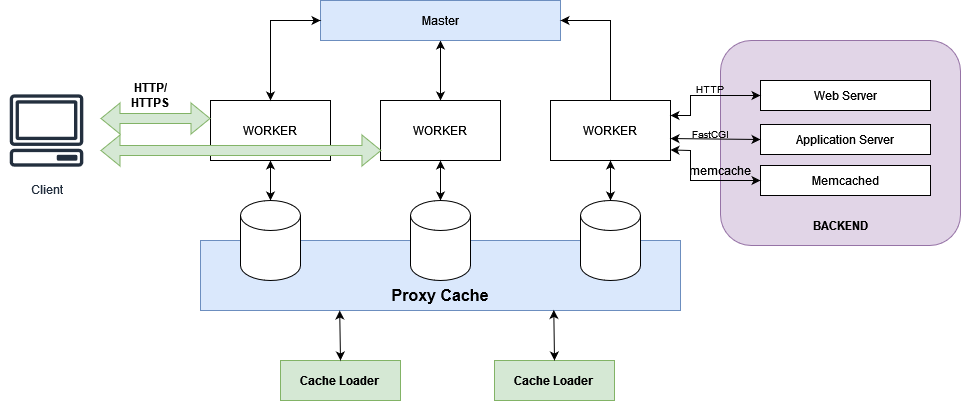
Above: Tugas_6/Architecture/img/2.png in hafisrabbani/WAJ-SysAdmin (draw.io), before the change. Source tidied: cells renumbered, new cells last; positions are measured from the earlier drawing's top-left corner, leaving out a move shared by most shapes. The source it was exported from:
```xml
<mxGraphModel>
  <root>
    <mxCell id="0" />
    <mxCell id="1" parent="0" />
    <mxCell id="2" style="rounded=1;whiteSpace=wrap;html=1;fillColor=#e1d5e7;strokeColor=#9673a6;" parent="1" vertex="1">
      <mxGeometry x="720" y="40" width="240" height="205" as="geometry" />
    </mxCell>
    <mxCell id="3" style="rounded=0;whiteSpace=wrap;html=1;fillColor=#dae8fc;strokeColor=#6c8ebf;" parent="1" vertex="1">
      <mxGeometry x="200" y="240" width="480" height="70" as="geometry" />
    </mxCell>
    <mxCell id="4" style="edgeStyle=orthogonalEdgeStyle;rounded=0;jettySize=auto;html=1;startArrow=classic;startFill=1;" parent="1" edge="1" source="5" target="8">
      <mxGeometry relative="1" as="geometry" />
    </mxCell>
    <mxCell id="5" value="Master" style="rounded=0;whiteSpace=wrap;html=1;fillColor=#dae8fc;strokeColor=#6c8ebf;" parent="1" vertex="1">
      <mxGeometry x="320" width="240" height="40" as="geometry" />
    </mxCell>
    <mxCell id="6" style="edgeStyle=orthogonalEdgeStyle;rounded=0;jettySize=auto;html=1;startArrow=classic;startFill=1;" parent="1" edge="1" source="7" target="9">
      <mxGeometry relative="1" as="geometry" />
    </mxCell>
    <mxCell id="7" style="shape=cylinder3;whiteSpace=wrap;html=1;boundedLbl=1;backgroundOutline=1;size=15;" parent="1" vertex="1">
      <mxGeometry x="240" y="200" width="60" height="80" as="geometry" />
    </mxCell>
    <mxCell id="8" value="WORKER" style="rounded=0;whiteSpace=wrap;html=1;" parent="1" vertex="1">
      <mxGeometry x="380" y="100" width="120" height="60" as="geometry" />
    </mxCell>
    <mxCell id="9" value="WORKER" style="rounded=0;whiteSpace=wrap;html=1;" parent="1" vertex="1">
      <mxGeometry x="210" y="100" width="120" height="60" as="geometry" />
    </mxCell>
    <mxCell id="10" style="edgeStyle=orthogonalEdgeStyle;rounded=0;jettySize=auto;html=1;entryX=1;entryY=0.5;entryDx=0;entryDy=0;" parent="1" edge="1" source="11" target="5">
      <mxGeometry relative="1" as="geometry" />
    </mxCell>
    <mxCell id="11" value="WORKER" style="rounded=0;whiteSpace=wrap;html=1;" parent="1" vertex="1">
      <mxGeometry x="550" y="100" width="120" height="60" as="geometry" />
    </mxCell>
    <mxCell id="12" style="endArrow=classic;startArrow=classic;html=1;rounded=0;exitX=0.5;exitY=0;exitDx=0;exitDy=0;entryX=0;entryY=0.5;entryDx=0;entryDy=0;" parent="1" edge="1" source="9" target="5">
      <mxGeometry relative="1" as="geometry">
        <Array as="points">
          <mxPoint x="270" y="20" />
        </Array>
      </mxGeometry>
    </mxCell>
    <mxCell id="13" style="edgeStyle=orthogonalEdgeStyle;rounded=0;jettySize=auto;html=1;startArrow=classic;startFill=1;" parent="1" edge="1" source="14" target="8">
      <mxGeometry relative="1" as="geometry" />
    </mxCell>
    <mxCell id="14" style="shape=cylinder3;whiteSpace=wrap;html=1;boundedLbl=1;backgroundOutline=1;size=15;" parent="1" vertex="1">
      <mxGeometry x="410" y="200" width="60" height="80" as="geometry" />
    </mxCell>
    <mxCell id="15" style="edgeStyle=orthogonalEdgeStyle;rounded=0;jettySize=auto;html=1;startArrow=classic;startFill=1;" parent="1" edge="1" source="16" target="11">
      <mxGeometry relative="1" as="geometry" />
    </mxCell>
    <mxCell id="16" style="shape=cylinder3;whiteSpace=wrap;html=1;boundedLbl=1;backgroundOutline=1;size=15;" parent="1" vertex="1">
      <mxGeometry x="580" y="200" width="60" height="80" as="geometry" />
    </mxCell>
    <mxCell id="17" value="Proxy Cache" style="text;html=1;align=center;verticalAlign=middle;whiteSpace=wrap;rounded=0;fontStyle=1;fontSize=16;" parent="1" vertex="1">
      <mxGeometry x="380" y="280" width="120" height="30" as="geometry" />
    </mxCell>
    <mxCell id="18" value="&lt;b&gt;Cache Loader&lt;br&gt;&lt;/b&gt;" style="rounded=0;whiteSpace=wrap;html=1;fillColor=#d5e8d4;strokeColor=#82b366;" parent="1" vertex="1">
      <mxGeometry x="280" y="360" width="120" height="40" as="geometry" />
    </mxCell>
    <mxCell id="19" style="endArrow=classic;startArrow=classic;html=1;rounded=0;exitX=0.5;exitY=0;exitDx=0;exitDy=0;entryX=0.29;entryY=1;entryDx=0;entryDy=0;entryPerimeter=0;" parent="1" edge="1" source="18" target="3">
      <mxGeometry relative="1" as="geometry" />
    </mxCell>
    <mxCell id="20" value="&lt;b&gt;Cache Loader&lt;br&gt;&lt;/b&gt;" style="rounded=0;whiteSpace=wrap;html=1;fillColor=#d5e8d4;strokeColor=#82b366;" parent="1" vertex="1">
      <mxGeometry x="494" y="360" width="120" height="40" as="geometry" />
    </mxCell>
    <mxCell id="21" style="endArrow=classic;startArrow=classic;html=1;rounded=0;exitX=0.5;exitY=0;exitDx=0;exitDy=0;entryX=0.736;entryY=0.992;entryDx=0;entryDy=0;entryPerimeter=0;" parent="1" edge="1" source="20" target="3">
      <mxGeometry relative="1" as="geometry" />
    </mxCell>
    <mxCell id="22" value="&lt;b&gt;BACKEND&lt;/b&gt;" style="text;html=1;align=center;verticalAlign=middle;whiteSpace=wrap;rounded=0;" parent="1" vertex="1">
      <mxGeometry x="810" y="210" width="60" height="30" as="geometry" />
    </mxCell>
    <mxCell id="23" value="Web Server" style="rounded=0;whiteSpace=wrap;html=1;" parent="1" vertex="1">
      <mxGeometry x="760" y="80" width="170" height="30" as="geometry" />
    </mxCell>
    <mxCell id="24" value="&lt;div&gt;Application Server&lt;/div&gt;" style="rounded=0;whiteSpace=wrap;html=1;" parent="1" vertex="1">
      <mxGeometry x="760" y="124" width="170" height="30" as="geometry" />
    </mxCell>
    <mxCell id="25" value="Memcached" style="rounded=0;whiteSpace=wrap;html=1;" parent="1" vertex="1">
      <mxGeometry x="760" y="165" width="170" height="30" as="geometry" />
    </mxCell>
    <mxCell id="26" style="endArrow=classic;startArrow=classic;html=1;rounded=0;exitX=1;exitY=0.25;exitDx=0;exitDy=0;entryX=0;entryY=0.5;entryDx=0;entryDy=0;" parent="1" edge="1" source="11" target="23">
      <mxGeometry relative="1" as="geometry">
        <Array as="points">
          <mxPoint x="690" y="115" />
          <mxPoint x="690" y="95" />
        </Array>
      </mxGeometry>
    </mxCell>
    <mxCell id="27" style="endArrow=classic;startArrow=classic;html=1;rounded=0;exitX=1;exitY=0.634;exitDx=0;exitDy=0;entryX=0;entryY=0.5;entryDx=0;entryDy=0;exitPerimeter=0;" parent="1" edge="1" source="11" target="24">
      <mxGeometry relative="1" as="geometry" />
    </mxCell>
    <mxCell id="28" style="endArrow=classic;startArrow=classic;html=1;rounded=0;exitX=1;exitY=0.824;exitDx=0;exitDy=0;entryX=0;entryY=0.5;entryDx=0;entryDy=0;exitPerimeter=0;" parent="1" edge="1" source="11" target="25">
      <mxGeometry relative="1" as="geometry">
        <Array as="points">
          <mxPoint x="690" y="150" />
          <mxPoint x="690" y="180" />
        </Array>
      </mxGeometry>
    </mxCell>
    <mxCell id="29" value="HTTP" style="text;html=1;align=center;verticalAlign=middle;whiteSpace=wrap;rounded=0;fontSize=10;" parent="1" vertex="1">
      <mxGeometry x="680" y="74" width="60" height="30" as="geometry" />
    </mxCell>
    <mxCell id="30" value="&lt;font style=&quot;font-size: 10px;&quot;&gt;FastCGI&lt;/font&gt;" style="text;html=1;align=center;verticalAlign=middle;whiteSpace=wrap;rounded=0;" parent="1" vertex="1">
      <mxGeometry x="680" y="118" width="60" height="30" as="geometry" />
    </mxCell>
    <mxCell id="31" value="memcache" style="text;html=1;align=center;verticalAlign=middle;whiteSpace=wrap;rounded=0;" parent="1" vertex="1">
      <mxGeometry x="690" y="155" width="60" height="30" as="geometry" />
    </mxCell>
    <mxCell id="32" style="shape=flexArrow;endArrow=classic;startArrow=classic;html=1;rounded=0;entryX=0.008;entryY=0.833;entryDx=0;entryDy=0;entryPerimeter=0;fillColor=#d5e8d4;strokeColor=#82b366;" parent="1" edge="1" target="8">
      <mxGeometry relative="1" as="geometry">
        <mxPoint x="100" y="150" as="sourcePoint" />
      </mxGeometry>
    </mxCell>
    <mxCell id="33" style="shape=flexArrow;endArrow=classic;startArrow=classic;html=1;rounded=0;fillColor=#d5e8d4;strokeColor=#82b366;" parent="1" edge="1">
      <mxGeometry relative="1" as="geometry">
        <mxPoint x="100" y="118" as="sourcePoint" />
        <mxPoint x="210" y="118" as="targetPoint" />
      </mxGeometry>
    </mxCell>
    <mxCell id="34" value="Client" style="sketch=0;fontColor=#232F3E;gradientColor=none;strokeColor=#232F3E;fillColor=#ffffff;dashed=0;verticalLabelPosition=bottom;verticalAlign=top;align=center;html=1;fontSize=12;fontStyle=0;shape=mxgraph.aws4.resourceIcon;resIcon=mxgraph.aws4.client;" parent="1" vertex="1">
      <mxGeometry y="84" width="92" height="92" as="geometry" />
    </mxCell>
    <mxCell id="35" value="&lt;b&gt;HTTP/HTTPS&lt;/b&gt;" style="text;html=1;align=center;verticalAlign=middle;whiteSpace=wrap;rounded=0;" parent="1" vertex="1">
      <mxGeometry x="120" y="80" width="60" height="30" as="geometry" />
    </mxCell>
  </root>
</mxGraphModel>
```
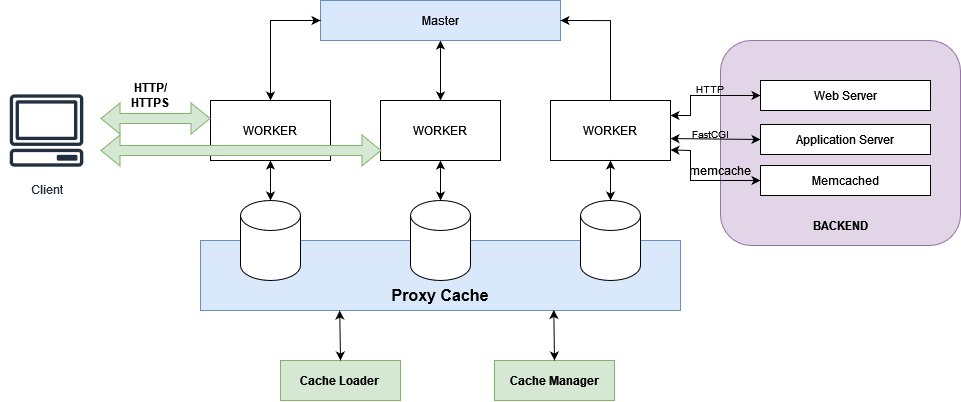
After the change.

The edit, as a diff of the source:
```diff
@@ -60,7 +60,7 @@
     <mxCell id="19" style="endArrow=classic;startArrow=classic;html=1;rounded=0;exitX=0.5;exitY=0;exitDx=0;exitDy=0;entryX=0.29;entryY=1;entryDx=0;entryDy=0;entryPerimeter=0;" parent="1" edge="1" source="18" target="3">
       <mxGeometry relative="1" as="geometry" />
     </mxCell>
-    <mxCell id="20" value="&lt;b&gt;Cache Loader&lt;br&gt;&lt;/b&gt;" style="rounded=0;whiteSpace=wrap;html=1;fillColor=#d5e8d4;strokeColor=#82b366;" parent="1" vertex="1">
+    <mxCell id="20" value="&lt;div&gt;&lt;b&gt;Cache Manager&lt;/b&gt;&lt;/div&gt;" style="rounded=0;whiteSpace=wrap;html=1;fillColor=#d5e8d4;strokeColor=#82b366;" parent="1" vertex="1">
       <mxGeometry x="494" y="360" width="120" height="40" as="geometry" />
     </mxCell>
     <mxCell id="21" style="endArrow=classic;startArrow=classic;html=1;rounded=0;exitX=0.5;exitY=0;exitDx=0;exitDy=0;entryX=0.736;entryY=0.992;entryDx=0;entryDy=0;entryPerimeter=0;" parent="1" edge="1" source="20" target="3">
```
